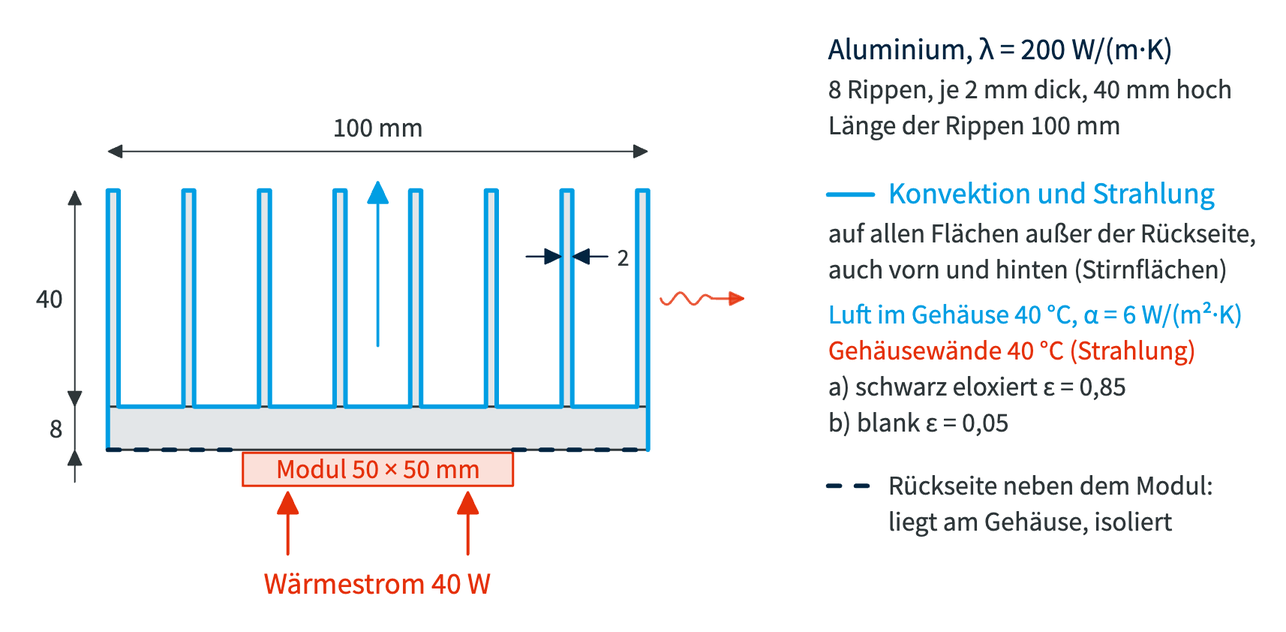
prof-schoenfelder-lab/Thermische-Analyse keeps this Excalidraw diagram as docs/P2_Randbedingungen/images/p2_kuehlkoerper.excalidraw.png. Above is the earlier version. Source tidied: one line per element, renumbered; positions are measured from the earlier drawing's top-left corner, leaving out a move shared by most shapes.
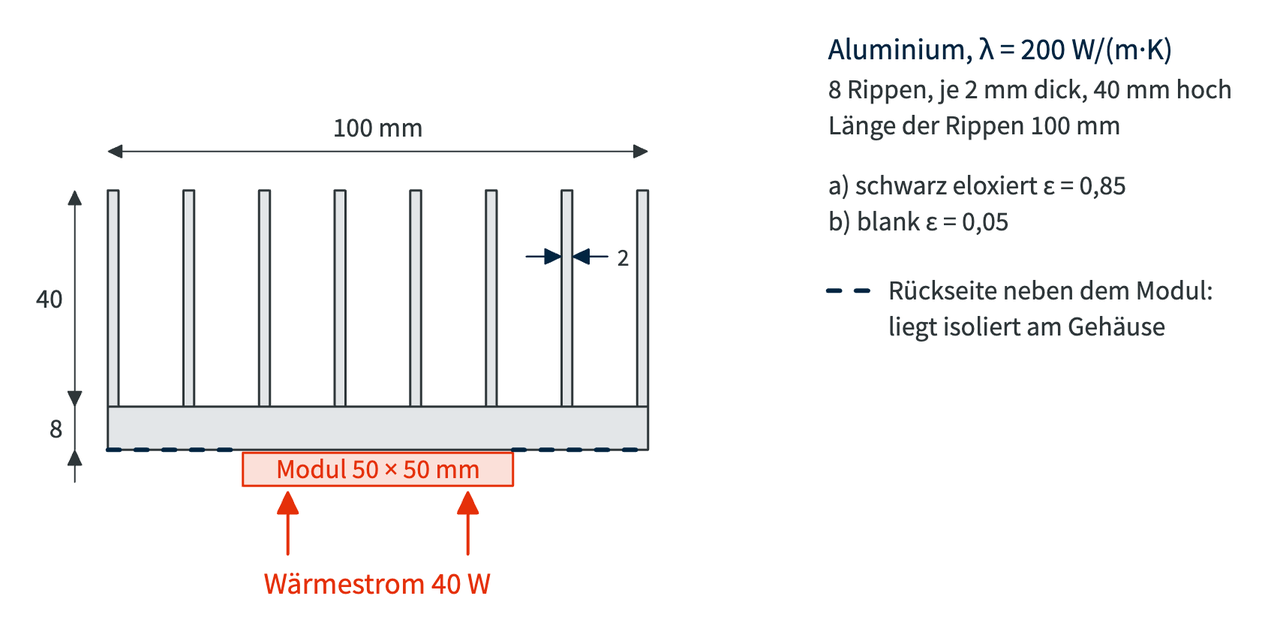
Above is the later version.

Diff of the diagram source:
```diff
@@ -1,47 +1,38 @@
-{"id": 0, "type": "rectangle", "strokeColor": "#2E3639", "backgroundColor": "#e3e6e8", "fillStyle": "solid", "strokeWidth": 1.5, "roughness": 0, "x": 52, "y": 251, "width": 360, "height": 29}
-{"id": 1, "type": "rectangle", "strokeColor": "#2E3639", "backgroundColor": "#e3e6e8", "fillStyle": "solid", "strokeWidth": 1.5, "roughness": 0, "x": 52, "y": 107, "width": 7, "height": 144}
-{"id": 2, "type": "rectangle", "strokeColor": "#2E3639", "backgroundColor": "#e3e6e8", "fillStyle": "solid", "strokeWidth": 1.5, "roughness": 0, "x": 102, "y": 107, "width": 7, "height": 144}
-{"id": 3, "type": "rectangle", "strokeColor": "#2E3639", "backgroundColor": "#e3e6e8", "fillStyle": "solid", "strokeWidth": 1.5, "roughness": 0, "x": 153, "y": 107, "width": 7, "height": 144}
-{"id": 4, "type": "rectangle", "strokeColor": "#2E3639", "backgroundColor": "#e3e6e8", "fillStyle": "solid", "strokeWidth": 1.5, "roughness": 0, "x": 203, "y": 107, "width": 7, "height": 144}
-{"id": 5, "type": "rectangle", "strokeColor": "#2E3639", "backgroundColor": "#e3e6e8", "fillStyle": "solid", "strokeWidth": 1.5, "roughness": 0, "x": 253, "y": 107, "width": 7, "height": 144}
-{"id": 6, "type": "rectangle", "strokeColor": "#2E3639", "backgroundColor": "#e3e6e8", "fillStyle": "solid", "strokeWidth": 1.5, "roughness": 0, "x": 304, "y": 107, "width": 7, "height": 144}
-{"id": 7, "type": "rectangle", "strokeColor": "#2E3639", "backgroundColor": "#e3e6e8", "fillStyle": "solid", "strokeWidth": 1.5, "roughness": 0, "x": 354, "y": 107, "width": 7, "height": 144}
-{"id": 8, "type": "rectangle", "strokeColor": "#2E3639", "backgroundColor": "#e3e6e8", "fillStyle": "solid", "strokeWidth": 1.5, "roughness": 0, "x": 405, "y": 107, "width": 7, "height": 144}
-{"id": 9, "type": "rectangle", "strokeColor": "#E53009", "backgroundColor": "#fbe0d9", "fillStyle": "solid", "strokeWidth": 1.5, "roughness": 0, "x": 142, "y": 282, "width": 180, "height": 22}
+{"id": 47, "type": "rectangle", "strokeColor": "#2E3639", "backgroundColor": "#e3e6e8", "fillStyle": "solid", "strokeWidth": 1.5, "roughness": 0, "x": 52, "y": 251, "width": 360, "height": 29}
+{"id": 48, "type": "rectangle", "strokeColor": "#2E3639", "backgroundColor": "#e3e6e8", "fillStyle": "solid", "strokeWidth": 1.5, "roughness": 0, "x": 52, "y": 107, "width": 7, "height": 144}
+{"id": 49, "type": "rectangle", "strokeColor": "#2E3639", "backgroundColor": "#e3e6e8", "fillStyle": "solid", "strokeWidth": 1.5, "roughness": 0, "x": 102, "y": 107, "width": 7, "height": 144}
+{"id": 50, "type": "rectangle", "strokeColor": "#2E3639", "backgroundColor": "#e3e6e8", "fillStyle": "solid", "strokeWidth": 1.5, "roughness": 0, "x": 153, "y": 107, "width": 7, "height": 144}
+{"id": 51, "type": "rectangle", "strokeColor": "#2E3639", "backgroundColor": "#e3e6e8", "fillStyle": "solid", "strokeWidth": 1.5, "roughness": 0, "x": 203, "y": 107, "width": 7, "height": 144}
+{"id": 52, "type": "rectangle", "strokeColor": "#2E3639", "backgroundColor": "#e3e6e8", "fillStyle": "solid", "strokeWidth": 1.5, "roughness": 0, "x": 253, "y": 107, "width": 7, "height": 144}
+{"id": 53, "type": "rectangle", "strokeColor": "#2E3639", "backgroundColor": "#e3e6e8", "fillStyle": "solid", "strokeWidth": 1.5, "roughness": 0, "x": 304, "y": 107, "width": 7, "height": 144}
+{"id": 54, "type": "rectangle", "strokeColor": "#2E3639", "backgroundColor": "#e3e6e8", "fillStyle": "solid", "strokeWidth": 1.5, "roughness": 0, "x": 354, "y": 107, "width": 7, "height": 144}
+{"id": 55, "type": "rectangle", "strokeColor": "#2E3639", "backgroundColor": "#e3e6e8", "fillStyle": "solid", "strokeWidth": 1.5, "roughness": 0, "x": 405, "y": 107, "width": 7, "height": 144}
+{"id": 56, "type": "rectangle", "strokeColor": "#E53009", "backgroundColor": "#fbe0d9", "fillStyle": "solid", "strokeWidth": 1.5, "roughness": 0, "x": 142, "y": 282, "width": 180, "height": 22}
 {"id": 10, "type": "text", "text": "Modul 50 × 50 mm", "strokeColor": "#E53009", "strokeWidth": 2, "roughness": 0, "fontSize": 18, "fontFamily": 4, "x": 164, "y": 281, "width": 136, "height": 23}
-{"id": 11, "type": "arrow", "strokeColor": "#E53009", "strokeWidth": 2, "roughness": 0, "endArrowhead": "triangle", "x": 172, "y": 349, "width": 0, "height": 42, "points": [[0, 0], [0, -41]]}
-{"id": 12, "type": "arrow", "strokeColor": "#E53009", "strokeWidth": 2, "roughness": 0, "endArrowhead": "triangle", "x": 292, "y": 349, "width": 0, "height": 42, "points": [[0, 0], [0, -41]]}
+{"id": 57, "type": "arrow", "strokeColor": "#E53009", "strokeWidth": 2, "roughness": 0, "endArrowhead": "triangle", "x": 172, "y": 349, "width": 0, "height": 42, "points": [[0, 0], [0, -41]]}
+{"id": 58, "type": "arrow", "strokeColor": "#E53009", "strokeWidth": 2, "roughness": 0, "endArrowhead": "triangle", "x": 292, "y": 349, "width": 0, "height": 42, "points": [[0, 0], [0, -41]]}
 {"id": 13, "type": "text", "text": "Wärmestrom 40 W", "strokeColor": "#E53009", "strokeWidth": 2, "roughness": 0, "fontSize": 20, "fontFamily": 4, "x": 156, "y": 356, "width": 151, "height": 25}
-{"id": 14, "type": "arrow", "strokeColor": "#2E3639", "strokeWidth": 1, "roughness": 0, "startArrowhead": "triangle", "endArrowhead": "triangle", "x": 52, "y": 81, "width": 360, "height": 0, "points": [[0, 0], [20, 0], [340, 0], [359, 0]]}
-{"id": 15, "type": "rectangle", "strokeColor": "transparent", "backgroundColor": "#ffffff", "fillStyle": "solid", "strokeWidth": 1, "roughness": 0, "x": 198, "y": 57, "width": 68, "height": 18}
+{"id": 59, "type": "arrow", "strokeColor": "#2E3639", "strokeWidth": 1, "roughness": 0, "startArrowhead": "triangle", "endArrowhead": "triangle", "x": 52, "y": 81, "width": 360, "height": 0, "points": [[0, 0], [20, 0], [340, 0], [359, 0]]}
+{"id": 60, "type": "rectangle", "strokeColor": "transparent", "backgroundColor": "#ffffff", "fillStyle": "solid", "strokeWidth": 1, "roughness": 0, "x": 198, "y": 57, "width": 68, "height": 18}
 {"id": 16, "type": "text", "text": "100 mm", "strokeColor": "#2E3639", "strokeWidth": 2, "roughness": 0, "fontSize": 18, "fontFamily": 4, "x": 202, "y": 53, "width": 60, "height": 23}
-{"id": 17, "type": "arrow", "strokeColor": "#2E3639", "strokeWidth": 1, "roughness": 0, "startArrowhead": "triangle", "endArrowhead": "triangle", "x": 30, "y": 107, "width": 0, "height": 144, "points": [[0, 0], [0, 20], [0, 124], [0, 143]]}
-{"id": 18, "type": "rectangle", "strokeColor": "transparent", "backgroundColor": "#ffffff", "fillStyle": "solid", "strokeWidth": 1, "roughness": 0, "x": 0, "y": 171, "width": 26, "height": 18}
+{"id": 61, "type": "arrow", "strokeColor": "#2E3639", "strokeWidth": 1, "roughness": 0, "startArrowhead": "triangle", "endArrowhead": "triangle", "x": 30, "y": 107, "width": 0, "height": 144, "points": [[0, 0], [0, 20], [0, 124], [0, 143]]}
+{"id": 62, "type": "rectangle", "strokeColor": "transparent", "backgroundColor": "#ffffff", "fillStyle": "solid", "strokeWidth": 1, "roughness": 0, "x": 0, "y": 171, "width": 26, "height": 18}
 {"id": 19, "type": "text", "text": "40", "strokeColor": "#2E3639", "strokeWidth": 2, "roughness": 0, "fontSize": 18, "fontFamily": 4, "x": 4, "y": 167, "width": 18, "height": 23}
-{"id": 20, "type": "line", "strokeColor": "#2E3639", "strokeWidth": 1, "roughness": 0, "x": 30, "y": 251, "width": 100, "height": 0, "points": [[0, 0], [0, 29]]}
-{"id": 21, "type": "arrow", "strokeColor": "#2E3639", "strokeWidth": 1, "roughness": 0, "endArrowhead": "triangle", "x": 30, "y": 229, "width": 0, "height": 22, "points": [[0, 0], [0, 21]]}
-{"id": 22, "type": "arrow", "strokeColor": "#2E3639", "strokeWidth": 1, "roughness": 0, "endArrowhead": "triangle", "x": 30, "y": 301, "width": 0, "height": 22, "points": [[0, 0], [0, -21]]}
-{"id": 23, "type": "rectangle", "strokeColor": "transparent", "backgroundColor": "#ffffff", "fillStyle": "solid", "strokeWidth": 1, "roughness": 0, "x": 9, "y": 258, "width": 17, "height": 18}
+{"id": 63, "type": "line", "strokeColor": "#2E3639", "strokeWidth": 1, "roughness": 0, "x": 30, "y": 251, "width": 100, "height": 0, "points": [[0, 0], [0, 29]]}
+{"id": 64, "type": "arrow", "strokeColor": "#2E3639", "strokeWidth": 1, "roughness": 0, "endArrowhead": "triangle", "x": 30, "y": 229, "width": 0, "height": 22, "points": [[0, 0], [0, 21]]}
+{"id": 65, "type": "arrow", "strokeColor": "#2E3639", "strokeWidth": 1, "roughness": 0, "endArrowhead": "triangle", "x": 30, "y": 301, "width": 0, "height": 22, "points": [[0, 0], [0, -21]]}
+{"id": 66, "type": "rectangle", "strokeColor": "transparent", "backgroundColor": "#ffffff", "fillStyle": "solid", "strokeWidth": 1, "roughness": 0, "x": 9, "y": 258, "width": 17, "height": 18}
 {"id": 24, "type": "text", "text": "8", "strokeColor": "#2E3639", "strokeWidth": 2, "roughness": 0, "fontSize": 18, "fontFamily": 4, "x": 13, "y": 254, "width": 9, "height": 23}
-{"id": 25, "type": "arrow", "strokeColor": "#009EE3", "strokeWidth": 1.8, "roughness": 0, "endArrowhead": "triangle", "x": 232, "y": 210, "width": 0, "height": 110, "points": [[0, 0], [0, -109]]}
-{"id": 26, "type": "arrow", "strokeColor": "#E53009", "strokeWidth": 1.6, "roughness": 0, "opacity": 80, "endArrowhead": "triangle", "round": true, "x": 420, "y": 179, "width": 56, "height": 8, "points": [[0, 0], [1, 2], [2, 3], [3, 4], [4, 4], [5, 4], [6, 3], [7, 2], [8, 0], [10, -2], [11, -3], [12, -4], [13, -4], [14, -4], [15, -3], [16, -2], [18, 0], [19, 2], [20, 3], [21, 4], [22, 4], [23, 4], [24, 3], [25, 2], [26, 0], [28, -1], [29, -2], [30, -2], [31, -2], [32, -1], [33, -1], [34, 0], [36, 0], [55, 0]]}
-{"id": 27, "type": "line", "strokeColor": "#009EE3", "strokeWidth": 3, "roughness": 0, "x": 52, "y": 280, "width": 100, "height": 0, "points": [[0, 0], [0, -173], [7, -173], [7, -29], [50, -29], [50, -173], [58, -173], [58, -29], [101, -29], [101, -173], [108, -173], [108, -29], [151, -29], [151, -173], [158, -173], [158, -29], [202, -29], [202, -173], [209, -173], [209, -29], [252, -29], [252, -173], [259, -173], [259, -29], [302, -29], [302, -173], [310, -173], [310, -29], [353, -29], [353, -173], [360, -173], [360, 0]]}
-{"id": 28, "type": "line", "strokeColor": "#022541", "strokeWidth": 2.5, "strokeStyle": "dashed", "roughness": 0, "x": 52, "y": 280, "width": 100, "height": 0, "points": [[0, 0], [90, 0]]}
-{"id": 29, "type": "line", "strokeColor": "#022541", "strokeWidth": 2.5, "strokeStyle": "dashed", "roughness": 0, "x": 322, "y": 280, "width": 100, "height": 0, "points": [[0, 0], [90, 0]]}
-{"id": 30, "type": "arrow", "strokeColor": "#022541", "strokeWidth": 1.2, "roughness": 0, "endArrowhead": "triangle", "x": 331, "y": 151, "width": 24, "height": 0, "points": [[0, 0], [23, 0]]}
-{"id": 31, "type": "arrow", "strokeColor": "#022541", "strokeWidth": 1.2, "roughness": 0, "endArrowhead": "triangle", "x": 385, "y": 151, "width": 24, "height": 0, "points": [[0, 0], [-23, 0]]}
+{"id": 67, "type": "line", "strokeColor": "#022541", "strokeWidth": 2.5, "strokeStyle": "dashed", "roughness": 0, "x": 52, "y": 280, "width": 100, "height": 0, "points": [[0, 0], [90, 0]]}
+{"id": 68, "type": "line", "strokeColor": "#022541", "strokeWidth": 2.5, "strokeStyle": "dashed", "roughness": 0, "x": 322, "y": 280, "width": 100, "height": 0, "points": [[0, 0], [90, 0]]}
+{"id": 69, "type": "arrow", "strokeColor": "#022541", "strokeWidth": 1.2, "roughness": 0, "endArrowhead": "triangle", "x": 331, "y": 151, "width": 24, "height": 0, "points": [[0, 0], [23, 0]]}
+{"id": 70, "type": "arrow", "strokeColor": "#022541", "strokeWidth": 1.2, "roughness": 0, "endArrowhead": "triangle", "x": 385, "y": 151, "width": 24, "height": 0, "points": [[0, 0], [-23, 0]]}
 {"id": 32, "type": "text", "text": "2", "strokeColor": "#2E3639", "strokeWidth": 2, "roughness": 0, "fontSize": 16, "fontFamily": 4, "x": 391, "y": 141, "width": 8, "height": 20}
 {"id": 33, "type": "text", "text": "Aluminium, λ = 200 W/(m·K)", "strokeColor": "#022541", "strokeWidth": 2, "roughness": 0, "fontSize": 20, "fontFamily": 4, "x": 532, "y": 0, "width": 230, "height": 25}
 {"id": 34, "type": "text", "text": "8 Rippen, je 2 mm dick, 40 mm hoch", "strokeColor": "#2E3639", "strokeWidth": 2, "roughness": 0, "fontSize": 18, "fontFamily": 4, "x": 532, "y": 28, "width": 269, "height": 23}
 {"id": 35, "type": "text", "text": "Länge der Rippen 100 mm", "strokeColor": "#2E3639", "strokeWidth": 2, "roughness": 0, "fontSize": 18, "fontFamily": 4, "x": 532, "y": 52, "width": 195, "height": 23}
-{"id": 36, "type": "line", "strokeColor": "#009EE3", "strokeWidth": 3, "roughness": 0, "x": 532, "y": 110, "width": 100, "height": 0, "points": [[0, 0], [30, 0]]}
-{"id": 37, "type": "text", "text": "Konvektion und Strahlung", "strokeColor": "#009EE3", "strokeWidth": 2, "roughness": 0, "fontSize": 20, "fontFamily": 4, "x": 572, "y": 96, "width": 218, "height": 25}
-{"id": 38, "type": "text", "text": "auf allen Flächen außer der Rückseite,", "strokeColor": "#2E3639", "strokeWidth": 2, "roughness": 0, "fontSize": 18, "fontFamily": 4, "x": 532, "y": 124, "width": 285, "height": 23}
-{"id": 39, "type": "text", "text": "auch vorn und hinten (Stirnflächen)", "strokeColor": "#2E3639", "strokeWidth": 2, "roughness": 0, "fontSize": 18, "fontFamily": 4, "x": 532, "y": 148, "width": 266, "height": 23}
-{"id": 40, "type": "text", "text": "Luft im Gehäuse 40 °C, α = 6 W/(m²·K)", "strokeColor": "#009EE3", "strokeWidth": 2, "roughness": 0, "fontSize": 18, "fontFamily": 4, "x": 532, "y": 178, "width": 276, "height": 23}
-{"id": 41, "type": "text", "text": "Gehäusewände 40 °C (Strahlung)", "strokeColor": "#E53009", "strokeWidth": 2, "roughness": 0, "fontSize": 18, "fontFamily": 4, "x": 532, "y": 202, "width": 245, "height": 23}
-{"id": 42, "type": "text", "text": "a) schwarz eloxiert ε = 0,85", "strokeColor": "#2E3639", "strokeWidth": 2, "roughness": 0, "fontSize": 18, "fontFamily": 4, "x": 532, "y": 226, "width": 199, "height": 23}
+{"id": 42, "type": "text", "text": "a) schwarz eloxiert ε = 0,85", "strokeColor": "#2E3639", "strokeWidth": 2, "roughness": 0, "fontSize": 18, "fontFamily": 4, "x": 532, "y": 92, "width": 199, "height": 23}
-{"id": 43, "type": "text", "text": "b) blank ε = 0,05", "strokeColor": "#2E3639", "strokeWidth": 2, "roughness": 0, "fontSize": 18, "fontFamily": 4, "x": 532, "y": 250, "width": 121, "height": 23}
+{"id": 43, "type": "text", "text": "b) blank ε = 0,05", "strokeColor": "#2E3639", "strokeWidth": 2, "roughness": 0, "fontSize": 18, "fontFamily": 4, "x": 532, "y": 116, "width": 121, "height": 23}
-{"id": 44, "type": "line", "strokeColor": "#022541", "strokeWidth": 2.5, "strokeStyle": "dashed", "roughness": 0, "x": 532, "y": 304, "width": 100, "height": 0, "points": [[0, 0], [30, 0]]}
+{"id": 71, "type": "line", "strokeColor": "#022541", "strokeWidth": 2.5, "strokeStyle": "dashed", "roughness": 0, "x": 532, "y": 174, "width": 100, "height": 0, "points": [[0, 0], [30, 0]]}
-{"id": 45, "type": "text", "text": "Rückseite neben dem Modul:", "strokeColor": "#2E3639", "strokeWidth": 2, "roughness": 0, "fontSize": 18, "fontFamily": 4, "x": 572, "y": 292, "width": 217, "height": 23}
+{"id": 45, "type": "text", "text": "Rückseite neben dem Modul:", "strokeColor": "#2E3639", "strokeWidth": 2, "roughness": 0, "fontSize": 18, "fontFamily": 4, "x": 572, "y": 162, "width": 217, "height": 23}
-{"id": 46, "type": "text", "text": "liegt am Gehäuse, isoliert", "strokeColor": "#2E3639", "strokeWidth": 2, "roughness": 0, "fontSize": 18, "fontFamily": 4, "x": 572, "y": 316, "width": 189, "height": 23}
+{"id": 72, "type": "text", "text": "liegt isoliert am Gehäuse", "strokeColor": "#2E3639", "strokeWidth": 2, "roughness": 0, "fontSize": 18, "fontFamily": 4, "x": 572, "y": 186, "width": 185, "height": 23}
```
